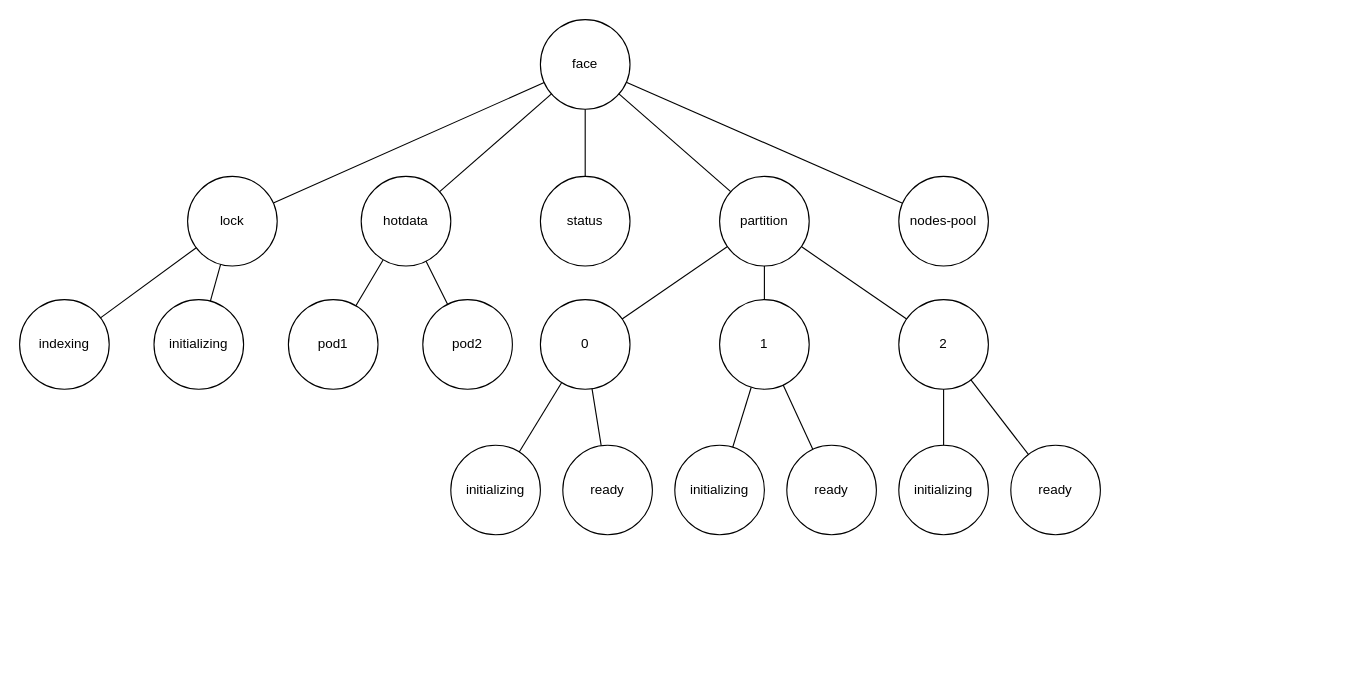
Earlier version of the draw.io diagram page "zk-structure" (1 of 5) of Distributed Calculation Design.drawio (dosjia/chart). Source tidied: cells renumbered, new cells numbered last; positions are measured from the earlier drawing's top-left corner, leaving out a move shared by most shapes. Both pictures are drawn from the tidied source at 112%, with x=0, y=0 at pixel (19, 19).
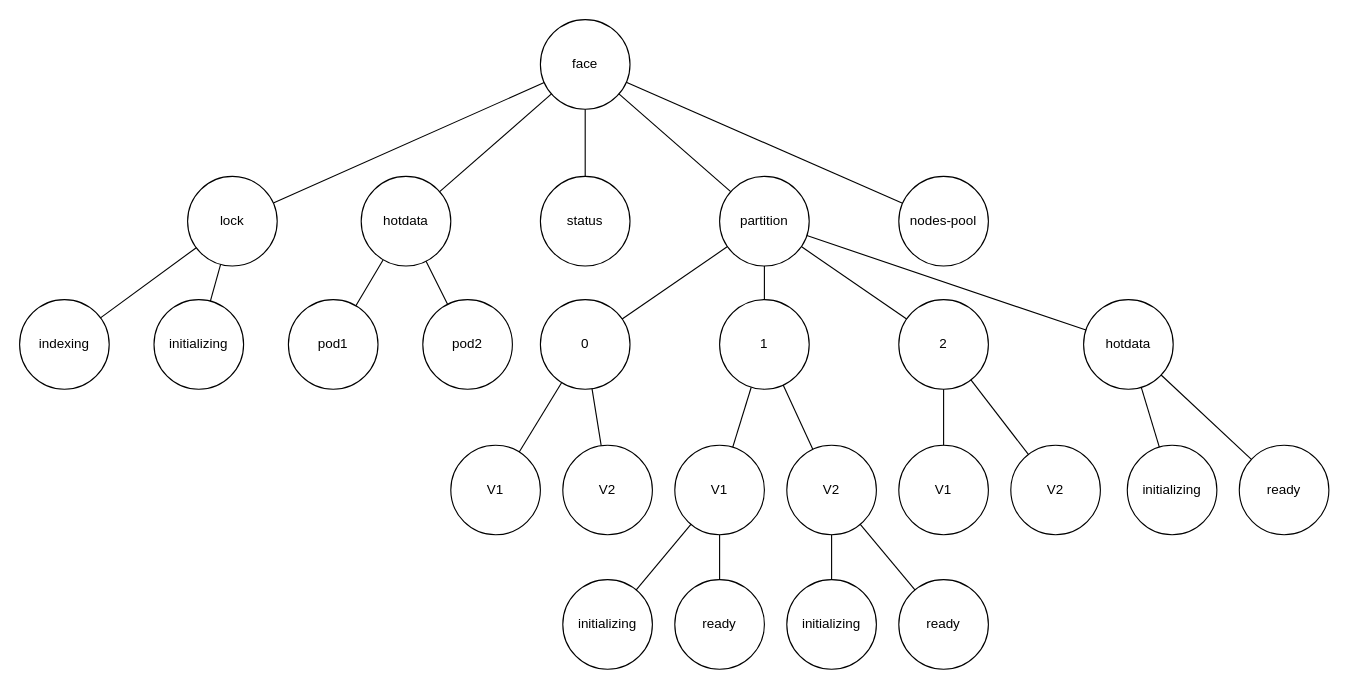
After the change.

The change refers to these unchanged cells:
```xml
<mxCell id="5" value="partition" style="ellipse;whiteSpace=wrap;html=1;" parent="1" vertex="1">
  <mxGeometry x="625" y="140" width="80" height="80" as="geometry" />
</mxCell>
```

Diff of the diagram source:
```diff
@@
-    <mxCell id="15" value="initializing" style="ellipse;whiteSpace=wrap;html=1;" parent="1" vertex="1">
+    <mxCell id="15" value="V1" style="ellipse;whiteSpace=wrap;html=1;" parent="1" vertex="1">
       <mxGeometry x="385" y="380" width="80" height="80" as="geometry" />
     </mxCell>
@@
-    <mxCell id="17" value="ready" style="ellipse;whiteSpace=wrap;html=1;" parent="1" vertex="1">
+    <mxCell id="17" value="V2" style="ellipse;whiteSpace=wrap;html=1;" parent="1" vertex="1">
       <mxGeometry x="485" y="380" width="80" height="80" as="geometry" />
     </mxCell>
@@
-    <mxCell id="19" value="initializing" style="ellipse;whiteSpace=wrap;html=1;" parent="1" vertex="1">
+    <mxCell id="19" value="V1" style="ellipse;whiteSpace=wrap;html=1;" parent="1" vertex="1">
       <mxGeometry x="585" y="380" width="80" height="80" as="geometry" />
     </mxCell>
-    <mxCell id="20" value="ready" style="ellipse;whiteSpace=wrap;html=1;" parent="1" vertex="1">
+    <mxCell id="20" value="V2" style="ellipse;whiteSpace=wrap;html=1;" parent="1" vertex="1">
       <mxGeometry x="685" y="380" width="80" height="80" as="geometry" />
     </mxCell>
@@
-    <mxCell id="23" value="initializing" style="ellipse;whiteSpace=wrap;html=1;" parent="1" vertex="1">
+    <mxCell id="23" value="V1" style="ellipse;whiteSpace=wrap;html=1;" parent="1" vertex="1">
       <mxGeometry x="785" y="380" width="80" height="80" as="geometry" />
     </mxCell>
-    <mxCell id="24" value="ready" style="ellipse;whiteSpace=wrap;html=1;" parent="1" vertex="1">
+    <mxCell id="24" value="V2" style="ellipse;whiteSpace=wrap;html=1;" parent="1" vertex="1">
       <mxGeometry x="885" y="380" width="80" height="80" as="geometry" />
     </mxCell>
@@
+    <mxCell id="39" value="initializing" style="ellipse;whiteSpace=wrap;html=1;" parent="1" vertex="1">
+      <mxGeometry x="485" y="500" width="80" height="80" as="geometry" />
+    </mxCell>
+    <mxCell id="40" value="ready" style="ellipse;whiteSpace=wrap;html=1;" parent="1" vertex="1">
+      <mxGeometry x="585" y="500" width="80" height="80" as="geometry" />
+    </mxCell>
+    <mxCell id="41" value="initializing" style="ellipse;whiteSpace=wrap;html=1;" parent="1" vertex="1">
+      <mxGeometry x="685" y="500" width="80" height="80" as="geometry" />
+    </mxCell>
+    <mxCell id="42" value="ready" style="ellipse;whiteSpace=wrap;html=1;" parent="1" vertex="1">
+      <mxGeometry x="785" y="500" width="80" height="80" as="geometry" />
+    </mxCell>
+    <mxCell id="43" style="rounded=0;jettySize=auto;html=1;endArrow=none;endFill=0;" parent="1" edge="1" source="39" target="19">
+      <mxGeometry relative="1" as="geometry" />
+    </mxCell>
+    <mxCell id="44" style="rounded=0;jettySize=auto;html=1;endArrow=none;endFill=0;" parent="1" edge="1" source="40" target="19">
+      <mxGeometry relative="1" as="geometry" />
+    </mxCell>
+    <mxCell id="45" style="rounded=0;jettySize=auto;html=1;endArrow=none;endFill=0;" parent="1" edge="1" source="41" target="20">
+      <mxGeometry relative="1" as="geometry" />
+    </mxCell>
+    <mxCell id="46" style="rounded=0;jettySize=auto;html=1;endArrow=none;endFill=0;" parent="1" edge="1" source="42" target="20">
+      <mxGeometry relative="1" as="geometry" />
+    </mxCell>
+    <mxCell id="47" value="hotdata" style="ellipse;whiteSpace=wrap;html=1;" parent="1" vertex="1">
+      <mxGeometry x="950" y="250" width="80" height="80" as="geometry" />
+    </mxCell>
+    <mxCell id="48" style="rounded=0;jettySize=auto;html=1;endArrow=none;endFill=0;" parent="1" edge="1" source="47" target="5">
+      <mxGeometry relative="1" as="geometry" />
+    </mxCell>
+    <mxCell id="49" value="initializing" style="ellipse;whiteSpace=wrap;html=1;" parent="1" vertex="1">
+      <mxGeometry x="989" y="380" width="80" height="80" as="geometry" />
+    </mxCell>
+    <mxCell id="50" value="ready" style="ellipse;whiteSpace=wrap;html=1;" parent="1" vertex="1">
+      <mxGeometry x="1089" y="380" width="80" height="80" as="geometry" />
+    </mxCell>
+    <mxCell id="51" style="rounded=0;jettySize=auto;html=1;endArrow=none;endFill=0;" parent="1" edge="1" source="49" target="47">
+      <mxGeometry relative="1" as="geometry" />
+    </mxCell>
+    <mxCell id="52" style="rounded=0;jettySize=auto;html=1;endArrow=none;endFill=0;" parent="1" edge="1" source="50" target="47">
+      <mxGeometry relative="1" as="geometry" />
+    </mxCell>
```
